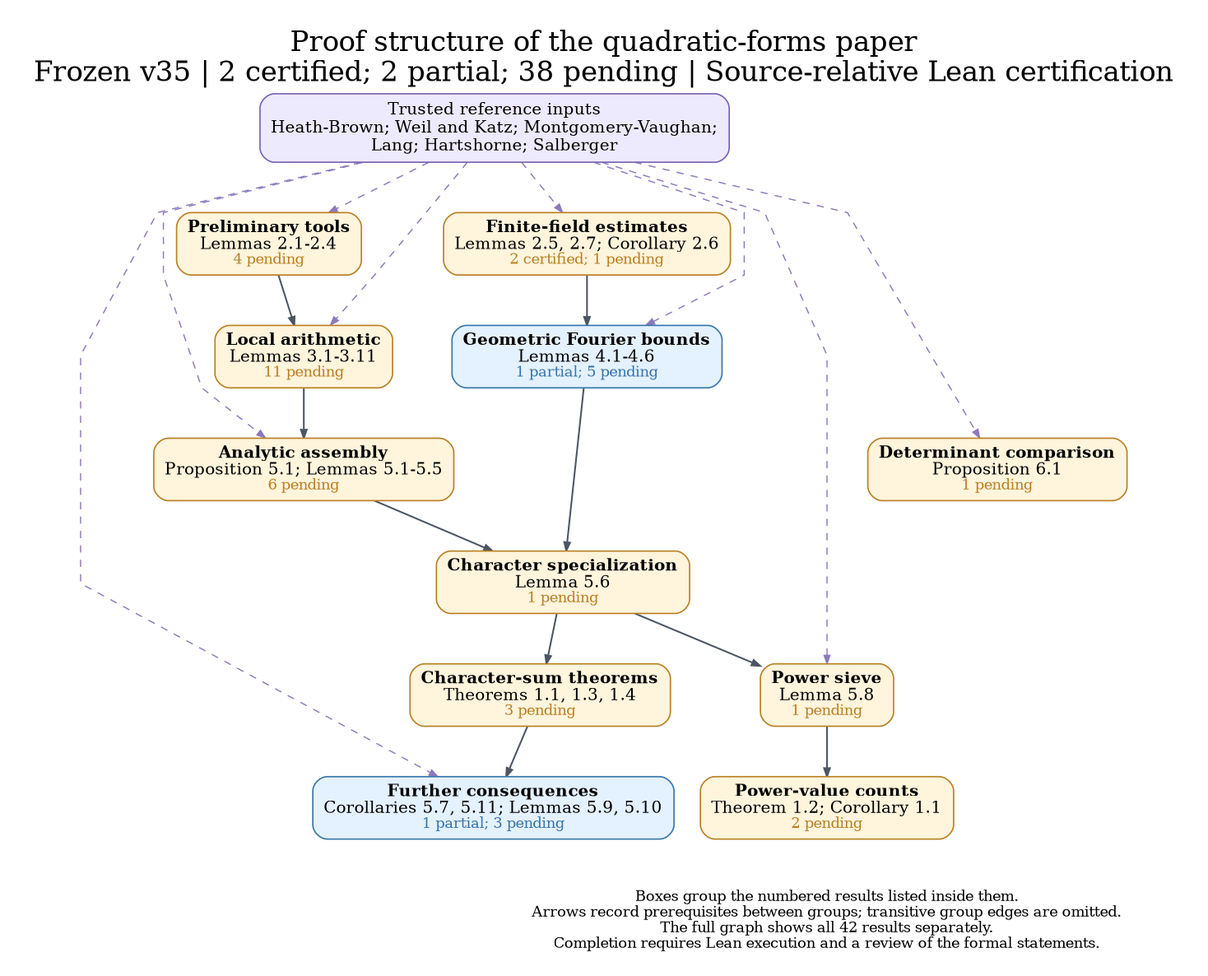
This is docs/dependency_overview.png from nicolasrobles/quaternary-quadratic-forms, a Graphviz export, as it was before one commit. Its source is kept beside it as docs/dependency_overview.dot.
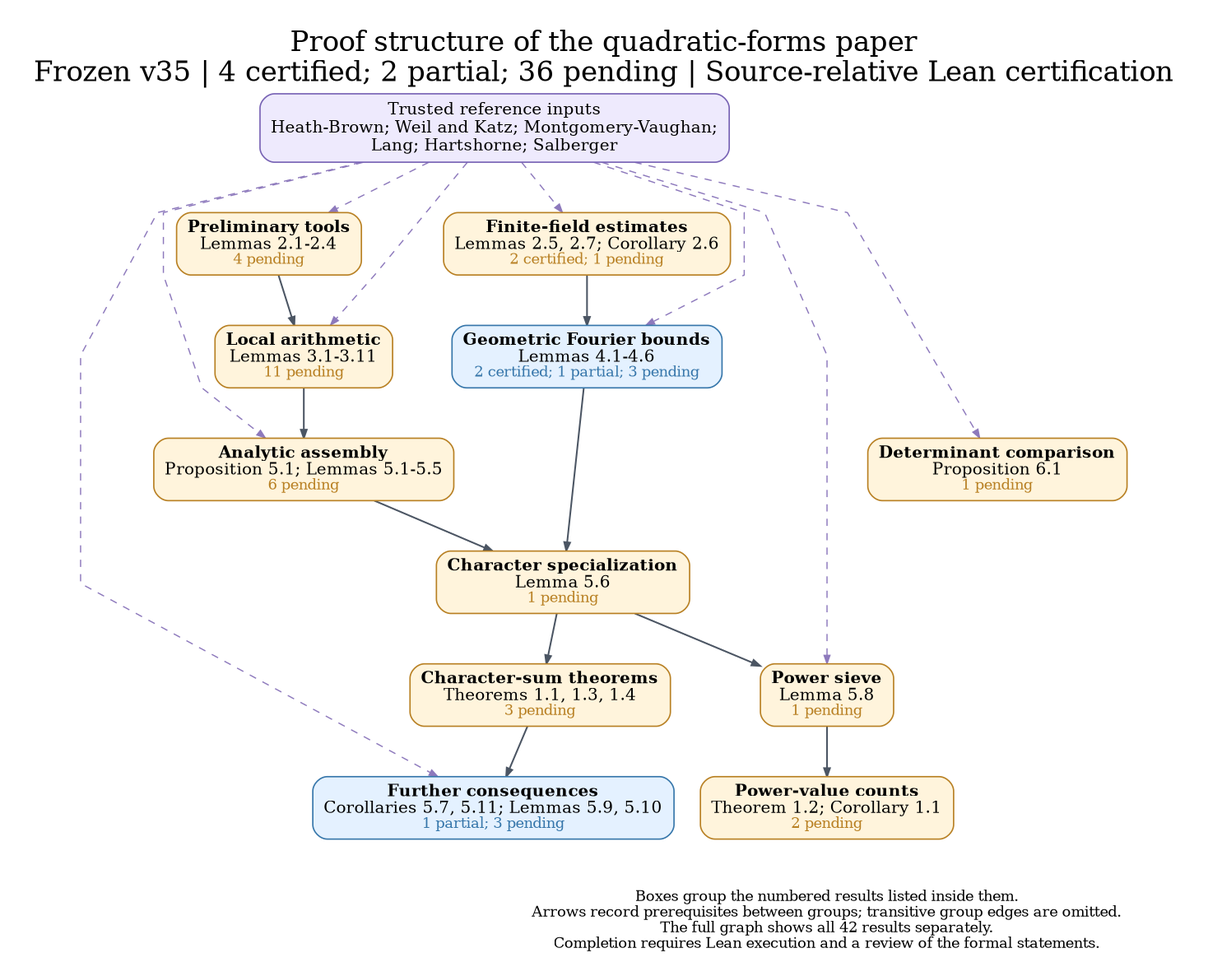
After the commit.

Change to the diagram source:
```diff
@@ -1,7 +1,7 @@
 digraph Overview {
 graph [rankdir=TB, newrank=true, compound=true, outputorder=edgesfirst,
   bgcolor="white", fontname="DejaVu Serif", fontsize=23, labelloc=t,
-  label="Proof structure of the quadratic-forms paper\nFrozen v35 | 2 certified; 2 partial; 38 pending | Source-relative Lean certification",
+  label="Proof structure of the quadratic-forms paper\nFrozen v35 | 4 certified; 2 partial; 36 pending | Source-relative Lean certification",
   nodesep=0.30, ranksep=0.58, pad=0.28, splines=polyline];
 node [shape=box, style="rounded,filled", fillcolor="#fff4dc", color="#b88023",
   fontname="DejaVu Serif", fontsize=14, penwidth=1.15, margin="0.12,0.09"];
@@ -10,7 +10,7 @@
 "prelim" [label=<<B>Preliminary tools</B><BR/>Lemmas 2.1-2.4<BR/><FONT POINT-SIZE="12" COLOR="#b88023">4 pending</FONT>>, fillcolor="#fff4dc", color="#b88023", URL="https://github.com/nicolasrobles/quaternary-quadratic-forms/blob/main/INVENTORY.md", target="_blank"];
 "finite" [label=<<B>Finite-field estimates</B><BR/>Lemmas 2.5, 2.7; Corollary 2.6<BR/><FONT POINT-SIZE="12" COLOR="#b88023">2 certified; 1 pending</FONT>>, fillcolor="#fff4dc", color="#b88023", URL="https://github.com/nicolasrobles/quaternary-quadratic-forms/blob/main/INVENTORY.md", target="_blank"];
 "local" [label=<<B>Local arithmetic</B><BR/>Lemmas 3.1-3.11<BR/><FONT POINT-SIZE="12" COLOR="#b88023">11 pending</FONT>>, fillcolor="#fff4dc", color="#b88023", URL="https://github.com/nicolasrobles/quaternary-quadratic-forms/blob/main/INVENTORY.md", target="_blank"];
-"fourier" [label=<<B>Geometric Fourier bounds</B><BR/>Lemmas 4.1-4.6<BR/><FONT POINT-SIZE="12" COLOR="#3676aa">1 partial; 5 pending</FONT>>, fillcolor="#e4f1ff", color="#3676aa", URL="https://github.com/nicolasrobles/quaternary-quadratic-forms/blob/main/INVENTORY.md", target="_blank"];
+"fourier" [label=<<B>Geometric Fourier bounds</B><BR/>Lemmas 4.1-4.6<BR/><FONT POINT-SIZE="12" COLOR="#3676aa">2 certified; 1 partial; 3 pending</FONT>>, fillcolor="#e4f1ff", color="#3676aa", URL="https://github.com/nicolasrobles/quaternary-quadratic-forms/blob/main/INVENTORY.md", target="_blank"];
 "analytic" [label=<<B>Analytic assembly</B><BR/>Proposition 5.1; Lemmas 5.1-5.5<BR/><FONT POINT-SIZE="12" COLOR="#b88023">6 pending</FONT>>, fillcolor="#fff4dc", color="#b88023", URL="https://github.com/nicolasrobles/quaternary-quadratic-forms/blob/main/INVENTORY.md", target="_blank"];
 "characters" [label=<<B>Character specialization</B><BR/>Lemma 5.6<BR/><FONT POINT-SIZE="12" COLOR="#b88023">1 pending</FONT>>, fillcolor="#fff4dc", color="#b88023", URL="https://github.com/nicolasrobles/quaternary-quadratic-forms/blob/main/INVENTORY.md", target="_blank"];
 "sieve" [label=<<B>Power sieve</B><BR/>Lemma 5.8<BR/><FONT POINT-SIZE="12" COLOR="#b88023">1 pending</FONT>>, fillcolor="#fff4dc", color="#b88023", URL="https://github.com/nicolasrobles/quaternary-quadratic-forms/blob/main/INVENTORY.md", target="_blank"];
```
